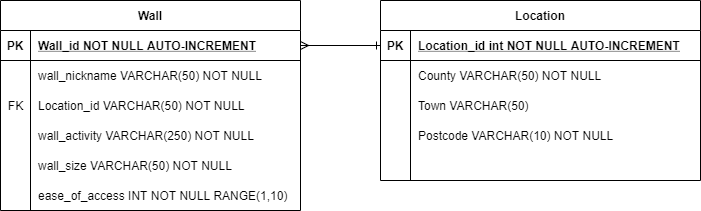
Almathex/FundamentalProject keeps this draw.io diagram as WallFinder-ERD.png. Above is the earlier version. Source tidied: cells renumbered, new cells last; positions are measured from the earlier drawing's top-left corner, leaving out a move shared by most shapes.
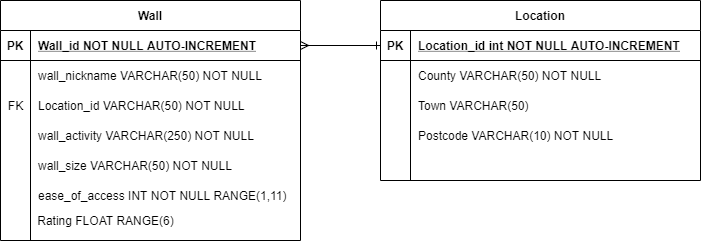
The same diagram one commit later.

Commit message:
changed ease_of_access range and added rating

Change to the diagram source:
```diff
@@ -33,7 +33,7 @@
       <mxGeometry x="30" width="290" height="30" as="geometry" />
     </mxCell>
     <mxCell id="12" value="Wall" style="shape=table;startSize=30;rowLines=0;fontStyle=1;align=center;" parent="1" vertex="1">
-      <mxGeometry width="300" height="210" as="geometry" />
+      <mxGeometry width="300" height="240" as="geometry" />
     </mxCell>
     <mxCell id="13" style="shape=partialRectangle;fillColor=none;points=[[0,0.5],[1,0.5]];portConstraint=eastwest;top=0;left=0;right=0;bottom=1;" parent="12" vertex="1">
       <mxGeometry y="30" width="300" height="30" as="geometry" />
@@ -68,11 +68,14 @@
     <mxCell id="23" value="Postcode VARCHAR(10) NOT NULL" style="shape=partialRectangle;overflow=hidden;fillColor=none;top=0;left=0;bottom=0;right=0;align=left;spacingLeft=6;" parent="1" vertex="1">
       <mxGeometry x="410" y="120" width="220" height="30" as="geometry" />
     </mxCell>
-    <mxCell id="24" value="ease_of_access INT NOT NULL RANGE(1,10)" style="shape=partialRectangle;overflow=hidden;fillColor=none;top=0;left=0;bottom=0;right=0;align=left;spacingLeft=6;" parent="1" vertex="1">
+    <mxCell id="24" value="ease_of_access INT NOT NULL RANGE(1,11)" style="shape=partialRectangle;overflow=hidden;fillColor=none;top=0;left=0;bottom=0;right=0;align=left;spacingLeft=6;" parent="1" vertex="1">
       <mxGeometry x="30" y="180" width="260" height="30" as="geometry" />
     </mxCell>
     <mxCell id="25" style="edgeStyle=orthogonalEdgeStyle;rounded=0;jettySize=auto;html=1;entryX=0;entryY=0.5;entryDx=0;entryDy=0;startArrow=ERmany;startFill=0;endArrow=ERone;endFill=0;" parent="1" edge="1" source="13" target="3">
       <mxGeometry relative="1" as="geometry" />
     </mxCell>
+    <mxCell id="26" value="Rating FLOAT RANGE(6)" style="text;html=1;align=center;verticalAlign=middle;" parent="1" vertex="1">
+      <mxGeometry x="30" y="210" width="150" height="20" as="geometry" />
+    </mxCell>
   </root>
 </mxGraphModel>
```
